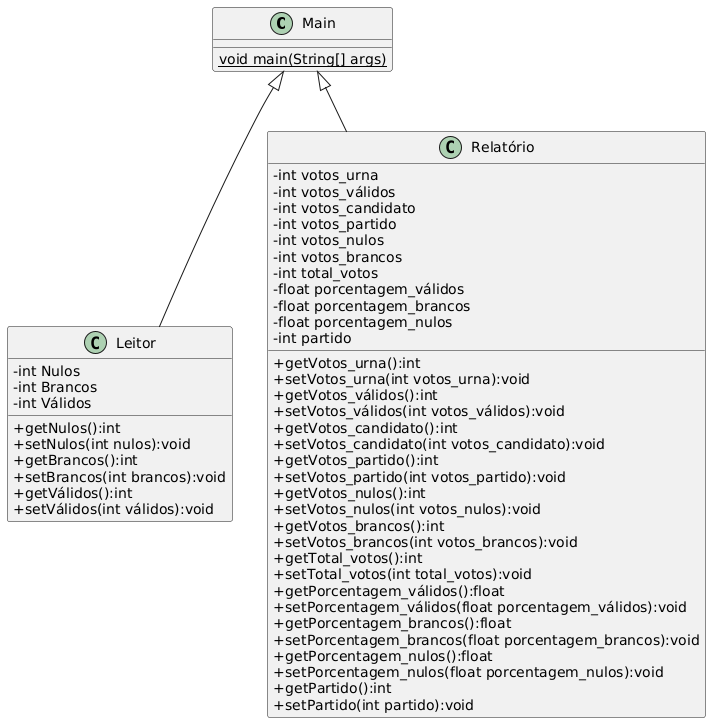
Bruno-Carara/ProjetoPOO1 keeps this PlantUML diagram as UML.png. Above is the earlier version. Source of this version:
```plantuml
@startuml
skinparam classAttributeIconSize 0
class Main {
    {static} void main(String[] args)
}

class Leitor {
    - int Nulos
    - int Brancos
    - int Válidos

    + getNulos():int
    + setNulos(int nulos):void
    + getBrancos():int
    + setBrancos(int brancos):void
    + getVálidos():int
    + setVálidos(int válidos):void

}

class Relatório {
    - int votos_urna
    - int votos_válidos
    - int votos_candidato
    - int votos_partido
    - int votos_nulos
    - int votos_brancos
    - int total_votos
    - float porcentagem_válidos
    - float porcentagem_brancos
    - float porcentagem_nulos
    - int partido

    + getVotos_urna():int
    + setVotos_urna(int votos_urna):void
    + getVotos_válidos():int
    + setVotos_válidos(int votos_válidos):void
    + getVotos_candidato():int
    + setVotos_candidato(int votos_candidato):void
    + getVotos_partido():int
    + setVotos_partido(int votos_partido):void
    + getVotos_nulos():int
    + setVotos_nulos(int votos_nulos):void
    + getVotos_brancos():int
    + setVotos_brancos(int votos_brancos):void
    + getTotal_votos():int
    + setTotal_votos(int total_votos):void
    + getPorcentagem_válidos():float
    + setPorcentagem_válidos(float porcentagem_válidos):void
    + getPorcentagem_brancos():float
    + setPorcentagem_brancos(float porcentagem_brancos):void
    + getPorcentagem_nulos():float
    + setPorcentagem_nulos(float porcentagem_nulos):void
    + getPartido():int
    + setPartido(int partido):void
}

Main <|-- Leitor
Main <|-- Relatório
@enduml
```
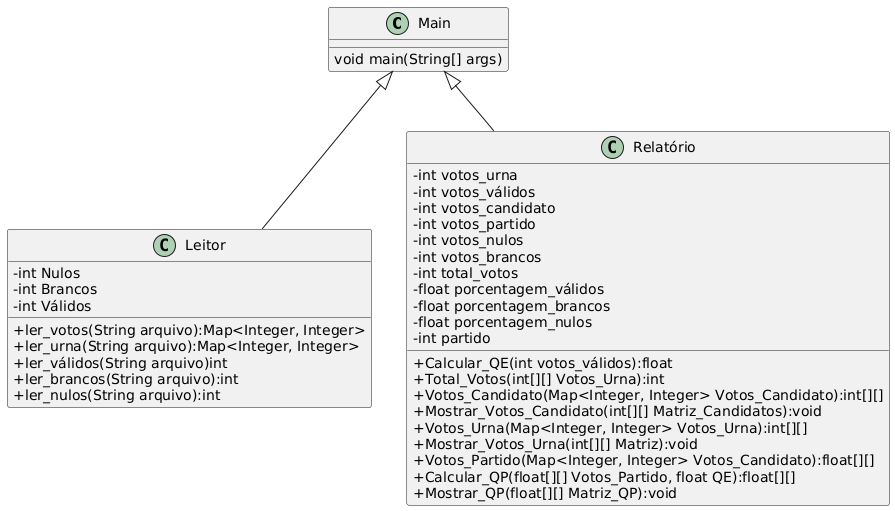
Later version of the same file.

Change to the diagram source:
```diff
@@ -1,7 +1,7 @@
 @startuml
 skinparam classAttributeIconSize 0
 class Main {
-    {static} void main(String[] args)
+    void main(String[] args)
 }
 
 class Leitor {
@@ -9,13 +9,11 @@
     - int Brancos
     - int Válidos
 
-    + getNulos():int
-    + setNulos(int nulos):void
-    + getBrancos():int
-    + setBrancos(int brancos):void
-    + getVálidos():int
-    + setVálidos(int válidos):void
-
+    + ler_votos(String arquivo):Map<Integer, Integer>
+    + ler_urna(String arquivo):Map<Integer, Integer>
+    + ler_válidos(String arquivo)int
+    + ler_brancos(String arquivo):int
+    + ler_nulos(String arquivo):int
 }
 
 class Relatório {
@@ -31,28 +29,15 @@
     - float porcentagem_nulos
     - int partido
 
-    + getVotos_urna():int
-    + setVotos_urna(int votos_urna):void
-    + getVotos_válidos():int
-    + setVotos_válidos(int votos_válidos):void
-    + getVotos_candidato():int
-    + setVotos_candidato(int votos_candidato):void
-    + getVotos_partido():int
-    + setVotos_partido(int votos_partido):void
-    + getVotos_nulos():int
-    + setVotos_nulos(int votos_nulos):void
-    + getVotos_brancos():int
-    + setVotos_brancos(int votos_brancos):void
-    + getTotal_votos():int
-    + setTotal_votos(int total_votos):void
-    + getPorcentagem_válidos():float
-    + setPorcentagem_válidos(float porcentagem_válidos):void
-    + getPorcentagem_brancos():float
-    + setPorcentagem_brancos(float porcentagem_brancos):void
-    + getPorcentagem_nulos():float
-    + setPorcentagem_nulos(float porcentagem_nulos):void
-    + getPartido():int
-    + setPartido(int partido):void
+    + Calcular_QE(int votos_válidos):float
+    + Total_Votos(int[][] Votos_Urna):int
+    + Votos_Candidato(Map<Integer, Integer> Votos_Candidato):int[][]
+    + Mostrar_Votos_Candidato(int[][] Matriz_Candidatos):void
+    + Votos_Urna(Map<Integer, Integer> Votos_Urna):int[][]
+    + Mostrar_Votos_Urna(int[][] Matriz):void
+    + Votos_Partido(Map<Integer, Integer> Votos_Candidato):float[][]
+    + Calcular_QP(float[][] Votos_Partido, float QE):float[][]
+    + Mostrar_QP(float[][] Matriz_QP):void
 }
 
 Main <|-- Leitor
```
